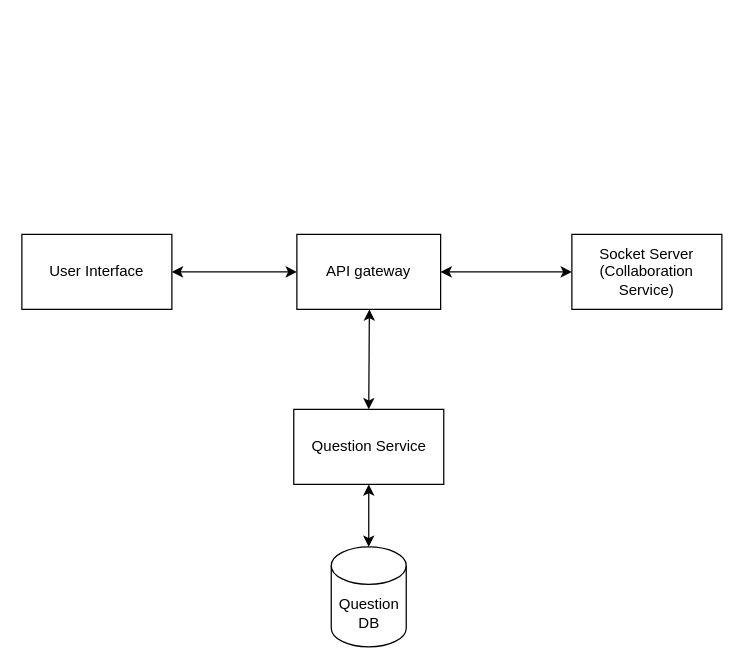
Earlier version of the draw.io diagram CollaborationServiceChart.drawio (shaniceng/DrawIODiagrams). Source tidied: cells renumbered, new cells numbered last; positions are measured from the earlier drawing's top-left corner, leaving out a move shared by most shapes. Both pictures are drawn from the tidied source at 125%, with x=0, y=0 at pixel (21, 234).
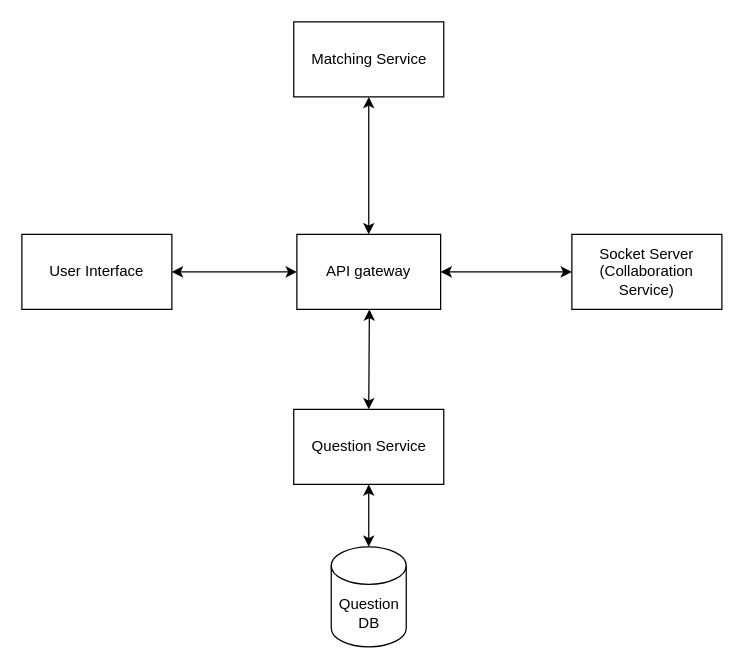
After the change.

What changed in the source:
```diff
@@
 <mxGraphModel>
   <root>
     <mxCell id="0" />
     <mxCell id="1" parent="0" />
     <mxCell id="2" value="User Interface" style="rounded=0;whiteSpace=wrap;html=1;" parent="1" vertex="1">
       <mxGeometry width="120" height="60" as="geometry" />
     </mxCell>
     <mxCell id="3" value="Socket Server&lt;br&gt;(Collaboration Service)" style="rounded=0;whiteSpace=wrap;html=1;" parent="1" vertex="1">
       <mxGeometry x="440" width="120" height="60" as="geometry" />
     </mxCell>
     <mxCell id="4" value="API gateway" style="rounded=0;whiteSpace=wrap;html=1;" parent="1" vertex="1">
       <mxGeometry x="220" width="115" height="60" as="geometry" />
     </mxCell>
     <mxCell id="5" style="endArrow=classic;startArrow=classic;html=1;rounded=0;exitX=1;exitY=0.5;exitDx=0;exitDy=0;entryX=0;entryY=0.5;entryDx=0;entryDy=0;" parent="1" edge="1" source="2" target="4">
       <mxGeometry relative="1" as="geometry" />
     </mxCell>
     <mxCell id="6" style="endArrow=classic;startArrow=classic;html=1;rounded=0;entryX=0;entryY=0.5;entryDx=0;entryDy=0;exitX=1;exitY=0.5;exitDx=0;exitDy=0;" parent="1" edge="1" source="4" target="3">
       <mxGeometry relative="1" as="geometry" />
     </mxCell>
     <mxCell id="7" style="endArrow=classic;startArrow=classic;html=1;rounded=0;entryX=0.5;entryY=0;entryDx=0;entryDy=0;" parent="1" edge="1" target="8">
       <mxGeometry relative="1" as="geometry">
         <mxPoint x="278" y="60" as="sourcePoint" />
       </mxGeometry>
     </mxCell>
     <mxCell id="8" value="Question Service" style="rounded=0;whiteSpace=wrap;html=1;" parent="1" vertex="1">
       <mxGeometry x="217.5" y="140" width="120" height="60" as="geometry" />
     </mxCell>
     <mxCell id="9" value="Question&lt;br&gt;DB" style="shape=cylinder3;whiteSpace=wrap;html=1;boundedLbl=1;backgroundOutline=1;size=15;" parent="1" vertex="1">
       <mxGeometry x="247.5" y="250" width="60" height="80" as="geometry" />
     </mxCell>
     <mxCell id="10" style="endArrow=classic;startArrow=classic;html=1;rounded=0;exitX=0.5;exitY=1;exitDx=0;exitDy=0;entryX=0.5;entryY=0;entryDx=0;entryDy=0;entryPerimeter=0;" parent="1" edge="1" source="8" target="9">
       <mxGeometry relative="1" as="geometry" />
     </mxCell>
+    <mxCell id="11" value="Matching Service" style="rounded=0;whiteSpace=wrap;html=1;" parent="1" vertex="1">
+      <mxGeometry x="217.5" y="-170" width="120" height="60" as="geometry" />
+    </mxCell>
+    <mxCell id="12" style="endArrow=classic;startArrow=classic;html=1;rounded=0;entryX=0.5;entryY=1;entryDx=0;entryDy=0;exitX=0.5;exitY=0;exitDx=0;exitDy=0;" parent="1" edge="1" source="4" target="11">
+      <mxGeometry relative="1" as="geometry" />
+    </mxCell>
   </root>
 </mxGraphModel>
```
